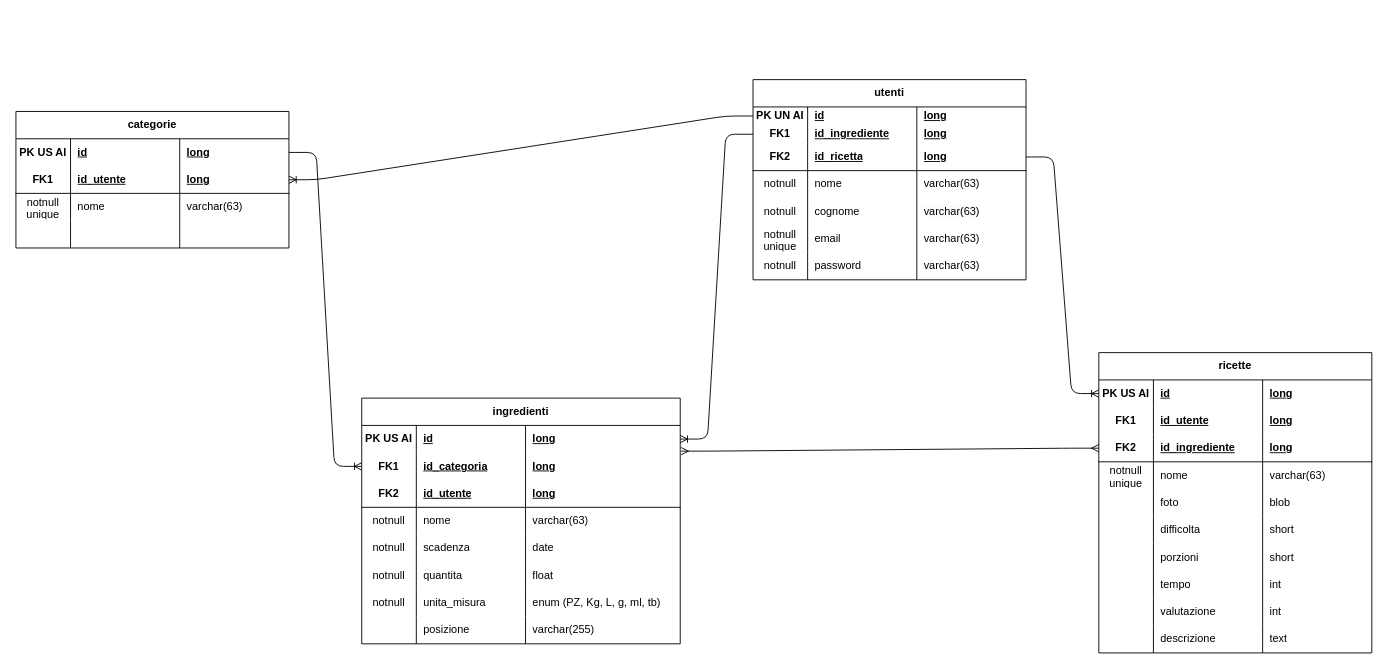
FoodLoopGeneration/FoodLoop keeps this draw.io diagram as database.drawio. Above is the earlier version. Source tidied: cells renumbered, new cells numbered last; positions are measured from the earlier drawing's top-left corner, leaving out a move shared by most shapes. Both pictures are drawn from the tidied source at 91%, with x=0, y=0 at pixel (15, 79).
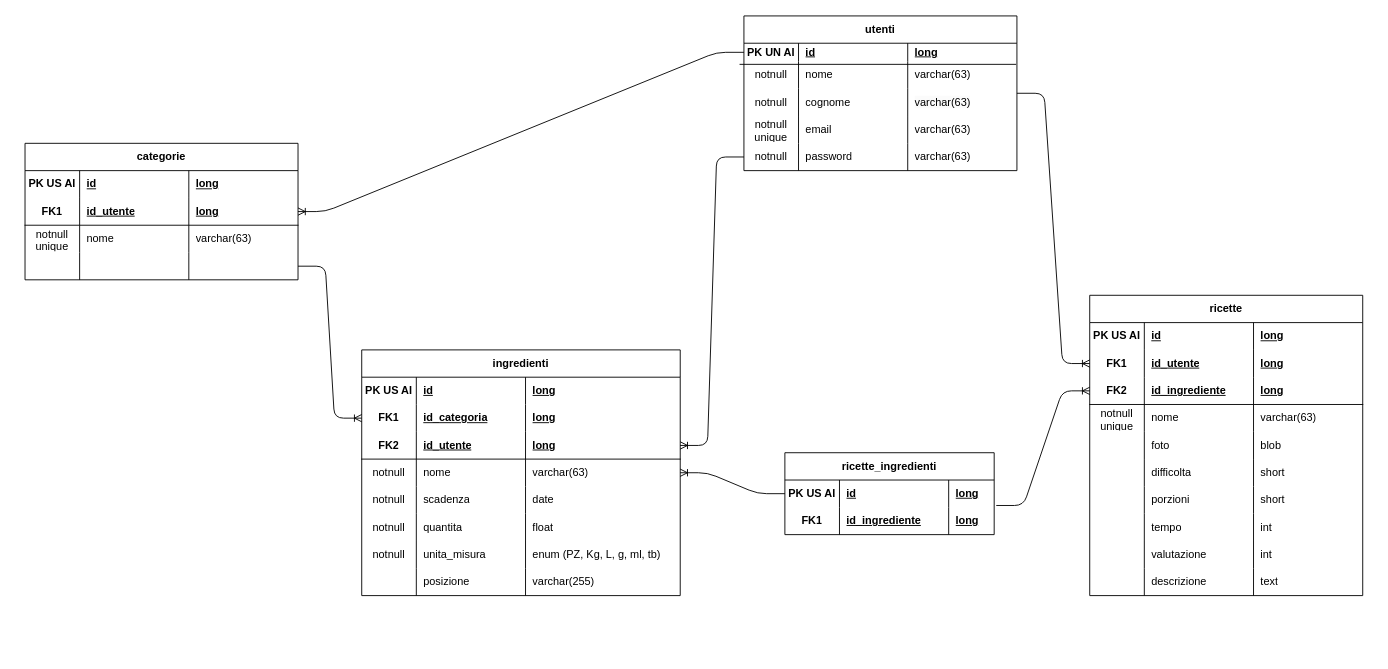
The same page after the edit.

Commit message (it also covers changes not shown here):
Documentazione db e diagrammi

Unchanged cells that the change refers to:
```xml
<mxCell id="3" style="shape=tableRow;horizontal=0;startSize=0;swimlaneHead=0;swimlaneBody=0;fillColor=none;points=[[0,0.5],[1,0.5]];portConstraint=eastwest;top=0;left=0;right=0;bottom=0;html=1;" parent="2" vertex="1">
  <mxGeometry y="30" width="350" height="30" as="geometry" />
</mxCell>
<mxCell id="7" style="shape=tableRow;horizontal=0;startSize=0;swimlaneHead=0;swimlaneBody=0;fillColor=none;points=[[0,0.5],[1,0.5]];portConstraint=eastwest;top=0;left=0;right=0;bottom=0;html=1;" parent="2" vertex="1">
  <mxGeometry y="60" width="350" height="30" as="geometry" />
</mxCell>
<mxCell id="11" style="shape=tableRow;horizontal=0;startSize=0;swimlaneHead=0;swimlaneBody=0;fillColor=none;points=[[0,0.5],[1,0.5]];portConstraint=eastwest;top=0;left=0;right=0;bottom=1;html=1;" parent="2" vertex="1">
  <mxGeometry y="90" width="350" height="30" as="geometry" />
</mxCell>
<mxCell id="15" style="shape=tableRow;horizontal=0;startSize=0;swimlaneHead=0;swimlaneBody=0;fillColor=none;points=[[0,0.5],[1,0.5]];portConstraint=eastwest;top=0;left=0;right=0;bottom=0;html=1;" parent="2" vertex="1">
  <mxGeometry y="120" width="350" height="30" as="geometry" />
</mxCell>
<mxCell id="36" style="shape=tableRow;horizontal=0;startSize=0;swimlaneHead=0;swimlaneBody=0;fillColor=none;points=[[0,0.5],[1,0.5]];portConstraint=eastwest;top=0;left=0;right=0;bottom=0;html=1;" parent="35" vertex="1">
  <mxGeometry y="30" width="300" height="30" as="geometry" />
</mxCell>
<mxCell id="48" style="shape=tableRow;horizontal=0;startSize=0;swimlaneHead=0;swimlaneBody=0;fillColor=none;points=[[0,0.5],[1,0.5]];portConstraint=eastwest;top=0;left=0;right=0;bottom=0;html=1;" parent="35" vertex="1">
  <mxGeometry y="120" width="300" height="30" as="geometry" />
</mxCell>
<mxCell id="53" style="shape=tableRow;horizontal=0;startSize=0;swimlaneHead=0;swimlaneBody=0;fillColor=none;points=[[0,0.5],[1,0.5]];portConstraint=eastwest;top=0;left=0;right=0;bottom=0;html=1;" parent="52" vertex="1">
  <mxGeometry y="30" width="300" height="30" as="geometry" />
</mxCell>
<mxCell id="57" style="shape=tableRow;horizontal=0;startSize=0;swimlaneHead=0;swimlaneBody=0;fillColor=none;points=[[0,0.5],[1,0.5]];portConstraint=eastwest;top=0;left=0;right=0;bottom=0;html=1;" parent="52" vertex="1">
  <mxGeometry y="60" width="300" height="30" as="geometry" />
</mxCell>
<mxCell id="61" style="shape=tableRow;horizontal=0;startSize=0;swimlaneHead=0;swimlaneBody=0;fillColor=none;points=[[0,0.5],[1,0.5]];portConstraint=eastwest;top=0;left=0;right=0;bottom=1;html=1;" parent="52" vertex="1">
  <mxGeometry y="90" width="300" height="30" as="geometry" />
</mxCell>
```

Change to the diagram source:
```diff
@@
     <mxCell id="2" value="ingredienti" style="shape=table;startSize=30;childLayout=tableLayout;rowLines=0;fontStyle=1;align=center;html=1;whiteSpace=wrap;" parent="1" vertex="1">
-      <mxGeometry x="380" y="350" width="350" height="270" as="geometry" />
+      <mxGeometry x="380" y="297" width="350" height="270" as="geometry" />
     </mxCell>
@@
     <mxCell id="35" value="categorie" style="shape=table;startSize=30;childLayout=tableLayout;rowLines=0;fontStyle=1;align=center;html=1;whiteSpace=wrap;" parent="1" vertex="1">
-      <mxGeometry y="35" width="300" height="150" as="geometry" />
+      <mxGeometry x="10" y="70" width="300" height="150" as="geometry" />
     </mxCell>
@@
     <mxCell id="52" value="ricette" style="shape=table;startSize=30;childLayout=tableLayout;rowLines=0;fontStyle=1;align=center;html=1;whiteSpace=wrap;" parent="1" vertex="1">
-      <mxGeometry x="1190" y="300" width="300" height="330" as="geometry" />
+      <mxGeometry x="1180" y="237" width="300" height="330" as="geometry" />
     </mxCell>
@@
     <mxCell id="93" value="utenti" style="shape=table;startSize=30;childLayout=tableLayout;rowLines=0;fontStyle=1;align=center;html=1;whiteSpace=wrap;" parent="1" vertex="1">
-      <mxGeometry x="810" width="300" height="220" as="geometry" />
+      <mxGeometry x="800" y="-70" width="300" height="170" as="geometry" />
     </mxCell>
@@
-    <mxCell id="98" style="shape=tableRow;horizontal=0;startSize=0;swimlaneHead=0;swimlaneBody=0;fillColor=none;points=[[0,0.5],[1,0.5]];portConstraint=eastwest;top=0;left=0;right=0;bottom=0;html=1;" parent="93" vertex="1">
-      <mxGeometry y="50" width="300" height="20" as="geometry" />
-    </mxCell>
-    <mxCell id="99" value="FK1" style="shape=partialRectangle;fillColor=none;top=0;left=0;bottom=0;right=0;fontStyle=1;overflow=hidden;html=1;whiteSpace=wrap;" parent="98" vertex="1">
-      <mxGeometry width="60" height="20" as="geometry" />
-    </mxCell>
-    <mxCell id="100" value="id_ingrediente" style="shape=partialRectangle;fillColor=none;top=0;left=0;bottom=0;right=0;align=left;spacingLeft=6;fontStyle=5;overflow=hidden;html=1;whiteSpace=wrap;" parent="98" vertex="1">
-      <mxGeometry x="60" width="120" height="20" as="geometry" />
-    </mxCell>
-    <mxCell id="101" value="long" style="shape=partialRectangle;fillColor=none;top=0;left=0;bottom=0;right=0;align=left;spacingLeft=6;fontStyle=5;overflow=hidden;html=1;whiteSpace=wrap;" parent="98" vertex="1">
-      <mxGeometry x="180" width="120" height="20" as="geometry" />
-    </mxCell>
-    <mxCell id="102" style="shape=tableRow;horizontal=0;startSize=0;swimlaneHead=0;swimlaneBody=0;fillColor=none;points=[[0,0.5],[1,0.5]];portConstraint=eastwest;top=0;left=0;right=0;bottom=1;html=1;" parent="93" vertex="1">
-      <mxGeometry y="70" width="300" height="30" as="geometry" />
-    </mxCell>
-    <mxCell id="103" value="FK2" style="shape=partialRectangle;fillColor=none;top=0;left=0;bottom=0;right=0;fontStyle=1;overflow=hidden;html=1;whiteSpace=wrap;" parent="102" vertex="1">
-      <mxGeometry width="60" height="30" as="geometry" />
-    </mxCell>
-    <mxCell id="104" value="id_ricetta" style="shape=partialRectangle;fillColor=none;top=0;left=0;bottom=0;right=0;align=left;spacingLeft=6;fontStyle=5;overflow=hidden;html=1;whiteSpace=wrap;" parent="102" vertex="1">
-      <mxGeometry x="60" width="120" height="30" as="geometry" />
-    </mxCell>
-    <mxCell id="105" value="long" style="shape=partialRectangle;fillColor=none;top=0;left=0;bottom=0;right=0;align=left;spacingLeft=6;fontStyle=5;overflow=hidden;html=1;whiteSpace=wrap;" parent="102" vertex="1">
-      <mxGeometry x="180" width="120" height="30" as="geometry" />
-    </mxCell>
     <mxCell id="106" style="shape=tableRow;horizontal=0;startSize=0;swimlaneHead=0;swimlaneBody=0;fillColor=none;points=[[0,0.5],[1,0.5]];portConstraint=eastwest;top=0;left=0;right=0;bottom=0;html=1;" parent="93" vertex="1">
-      <mxGeometry y="100" width="300" height="30" as="geometry" />
+      <mxGeometry y="50" width="300" height="30" as="geometry" />
     </mxCell>
@@
     <mxCell id="110" style="shape=tableRow;horizontal=0;startSize=0;swimlaneHead=0;swimlaneBody=0;fillColor=none;top=0;left=0;right=0;bottom=0;html=1;" parent="93" vertex="1">
-      <mxGeometry y="130" width="300" height="30" as="geometry" />
+      <mxGeometry y="80" width="300" height="30" as="geometry" />
     </mxCell>
@@
     <mxCell id="114" style="shape=tableRow;horizontal=0;startSize=0;swimlaneHead=0;swimlaneBody=0;fillColor=none;top=0;left=0;right=0;bottom=0;html=1;" parent="93" vertex="1">
-      <mxGeometry y="160" width="300" height="30" as="geometry" />
+      <mxGeometry y="110" width="300" height="30" as="geometry" />
     </mxCell>
@@
     <mxCell id="118" style="shape=tableRow;horizontal=0;startSize=0;swimlaneHead=0;swimlaneBody=0;fillColor=none;points=[[0,0.5],[1,0.5]];portConstraint=eastwest;top=0;left=0;right=0;bottom=0;html=1;" parent="93" vertex="1">
-      <mxGeometry y="190" width="300" height="30" as="geometry" />
+      <mxGeometry y="140" width="300" height="30" as="geometry" />
     </mxCell>
@@
+    <mxCell id="127" style="endArrow=none;html=1;exitX=-0.016;exitY=0.107;exitDx=0;exitDy=0;exitPerimeter=0;entryX=0.997;entryY=0.107;entryDx=0;entryDy=0;entryPerimeter=0;" parent="93" edge="1" source="106" target="106">
+      <mxGeometry relative="1" as="geometry" />
+    </mxCell>
-    <mxCell id="122" style="edgeStyle=entityRelationEdgeStyle;fontSize=12;html=1;endArrow=ERoneToMany;exitX=0;exitY=0.5;exitDx=0;exitDy=0;" parent="1" edge="1" source="98" target="3">
+    <mxCell id="122" style="edgeStyle=entityRelationEdgeStyle;fontSize=12;html=1;endArrow=ERoneToMany;entryX=1;entryY=0.5;entryDx=0;entryDy=0;" parent="1" edge="1" source="118" target="11">
       <mxGeometry relative="1" as="geometry">
         <Array as="points">
-          <mxPoint x="680" y="590" />
-          <mxPoint x="530" y="610" />
-          <mxPoint x="590" y="580" />
+          <mxPoint x="600" y="630" />
+          <mxPoint x="450" y="650" />
+          <mxPoint x="510" y="620" />
         </Array>
       </mxGeometry>
     </mxCell>
-    <mxCell id="123" style="edgeStyle=entityRelationEdgeStyle;fontSize=12;html=1;endArrow=ERoneToMany;entryX=0;entryY=0.5;entryDx=0;entryDy=0;exitX=1;exitY=0.5;exitDx=0;exitDy=0;" parent="1" edge="1" source="102" target="53">
+    <mxCell id="123" style="edgeStyle=entityRelationEdgeStyle;fontSize=12;html=1;endArrow=ERoneToMany;entryX=0;entryY=0.5;entryDx=0;entryDy=0;exitX=1;exitY=0.5;exitDx=0;exitDy=0;" parent="1" edge="1" target="57">
       <mxGeometry relative="1" as="geometry">
+        <mxPoint x="1100" y="15" as="sourcePoint" />
         <Array as="points">
           <mxPoint x="1220" y="907.5" />
           <mxPoint x="1070" y="927.5" />
           <mxPoint x="1130" y="897.5" />
         </Array>
       </mxGeometry>
     </mxCell>
-    <mxCell id="124" style="edgeStyle=entityRelationEdgeStyle;fontSize=12;html=1;endArrow=ERoneToMany;exitX=1;exitY=0.5;exitDx=0;exitDy=0;entryX=0;entryY=0.5;entryDx=0;entryDy=0;" parent="1" edge="1" source="36" target="7">
+    <mxCell id="124" style="edgeStyle=entityRelationEdgeStyle;fontSize=12;html=1;endArrow=ERoneToMany;exitX=1;exitY=0.5;exitDx=0;exitDy=0;entryX=0;entryY=0.5;entryDx=0;entryDy=0;" parent="1" edge="1" source="48" target="7">
       <mxGeometry relative="1" as="geometry">
         <Array as="points">
           <mxPoint x="200" y="600" />
           <mxPoint x="50" y="620" />
           <mxPoint x="110" y="590" />
         </Array>
       </mxGeometry>
     </mxCell>
-    <mxCell id="125" style="edgeStyle=entityRelationEdgeStyle;fontSize=12;html=1;endArrow=ERmany;startArrow=ERmany;entryX=0;entryY=0.5;entryDx=0;entryDy=0;exitX=1.003;exitY=0.942;exitDx=0;exitDy=0;exitPerimeter=0;" parent="1" edge="1" source="3" target="61">
-      <mxGeometry relative="1" as="geometry" />
-    </mxCell>
@@
+    <mxCell id="128" value="ricette_ingredienti" style="shape=table;startSize=30;childLayout=tableLayout;rowLines=0;fontStyle=1;align=center;html=1;whiteSpace=wrap;" parent="1" vertex="1">
+      <mxGeometry x="845" y="410" width="230" height="90" as="geometry" />
+    </mxCell>
+    <mxCell id="129" style="shape=tableRow;horizontal=0;startSize=0;swimlaneHead=0;swimlaneBody=0;fillColor=none;points=[[0,0.5],[1,0.5]];portConstraint=eastwest;top=0;left=0;right=0;bottom=0;html=1;" parent="128" vertex="1">
+      <mxGeometry y="30" width="230" height="30" as="geometry" />
+    </mxCell>
+    <mxCell id="130" value="PK US AI" style="shape=partialRectangle;fillColor=none;top=0;left=0;bottom=0;right=0;fontStyle=1;overflow=hidden;html=1;whiteSpace=wrap;" parent="129" vertex="1">
+      <mxGeometry width="60" height="30" as="geometry" />
+    </mxCell>
+    <mxCell id="131" value="id" style="shape=partialRectangle;fillColor=none;top=0;left=0;bottom=0;right=0;align=left;spacingLeft=6;fontStyle=5;overflow=hidden;html=1;whiteSpace=wrap;" parent="129" vertex="1">
+      <mxGeometry x="60" width="120" height="30" as="geometry" />
+    </mxCell>
+    <mxCell id="132" value="long" style="shape=partialRectangle;fillColor=none;top=0;left=0;bottom=0;right=0;align=left;spacingLeft=6;fontStyle=5;overflow=hidden;html=1;whiteSpace=wrap;" parent="129" vertex="1">
+      <mxGeometry x="180" width="50" height="30" as="geometry" />
+    </mxCell>
+    <mxCell id="133" style="shape=tableRow;horizontal=0;startSize=0;swimlaneHead=0;swimlaneBody=0;fillColor=none;points=[[0,0.5],[1,0.5]];portConstraint=eastwest;top=0;left=0;right=0;bottom=0;html=1;" parent="128" vertex="1">
+      <mxGeometry y="60" width="230" height="30" as="geometry" />
+    </mxCell>
+    <mxCell id="99" value="FK1" style="shape=partialRectangle;fillColor=none;top=0;left=0;bottom=0;right=0;fontStyle=1;overflow=hidden;html=1;whiteSpace=wrap;" parent="133" vertex="1">
+      <mxGeometry width="60" height="30" as="geometry" />
+    </mxCell>
+    <mxCell id="100" value="id_ingrediente" style="shape=partialRectangle;fillColor=none;top=0;left=0;bottom=0;right=0;align=left;spacingLeft=6;fontStyle=5;overflow=hidden;html=1;whiteSpace=wrap;" parent="133" vertex="1">
+      <mxGeometry x="60" width="120" height="30" as="geometry" />
+    </mxCell>
+    <mxCell id="134" value="long" style="shape=partialRectangle;fillColor=none;top=0;left=0;bottom=0;right=0;align=left;spacingLeft=6;fontStyle=5;overflow=hidden;html=1;whiteSpace=wrap;" parent="133" vertex="1">
+      <mxGeometry x="180" width="50" height="30" as="geometry" />
+    </mxCell>
+    <mxCell id="135" style="edgeStyle=entityRelationEdgeStyle;fontSize=12;html=1;endArrow=ERoneToMany;exitX=0;exitY=0.5;exitDx=0;exitDy=0;entryX=1;entryY=0.5;entryDx=0;entryDy=0;" parent="1" edge="1" source="129" target="15">
+      <mxGeometry relative="1" as="geometry">
+        <Array as="points">
+          <mxPoint x="660" y="740" />
+          <mxPoint x="510" y="760" />
+          <mxPoint x="570" y="730" />
+        </Array>
+      </mxGeometry>
+    </mxCell>
+    <mxCell id="136" style="edgeStyle=entityRelationEdgeStyle;fontSize=12;html=1;endArrow=ERoneToMany;exitX=1.01;exitY=-0.067;exitDx=0;exitDy=0;exitPerimeter=0;entryX=0;entryY=0.5;entryDx=0;entryDy=0;" parent="1" edge="1" source="133" target="61">
+      <mxGeometry relative="1" as="geometry">
+        <Array as="points">
+          <mxPoint x="670" y="750" />
+          <mxPoint x="520" y="770" />
+          <mxPoint x="580" y="740" />
+        </Array>
+      </mxGeometry>
+    </mxCell>
```
